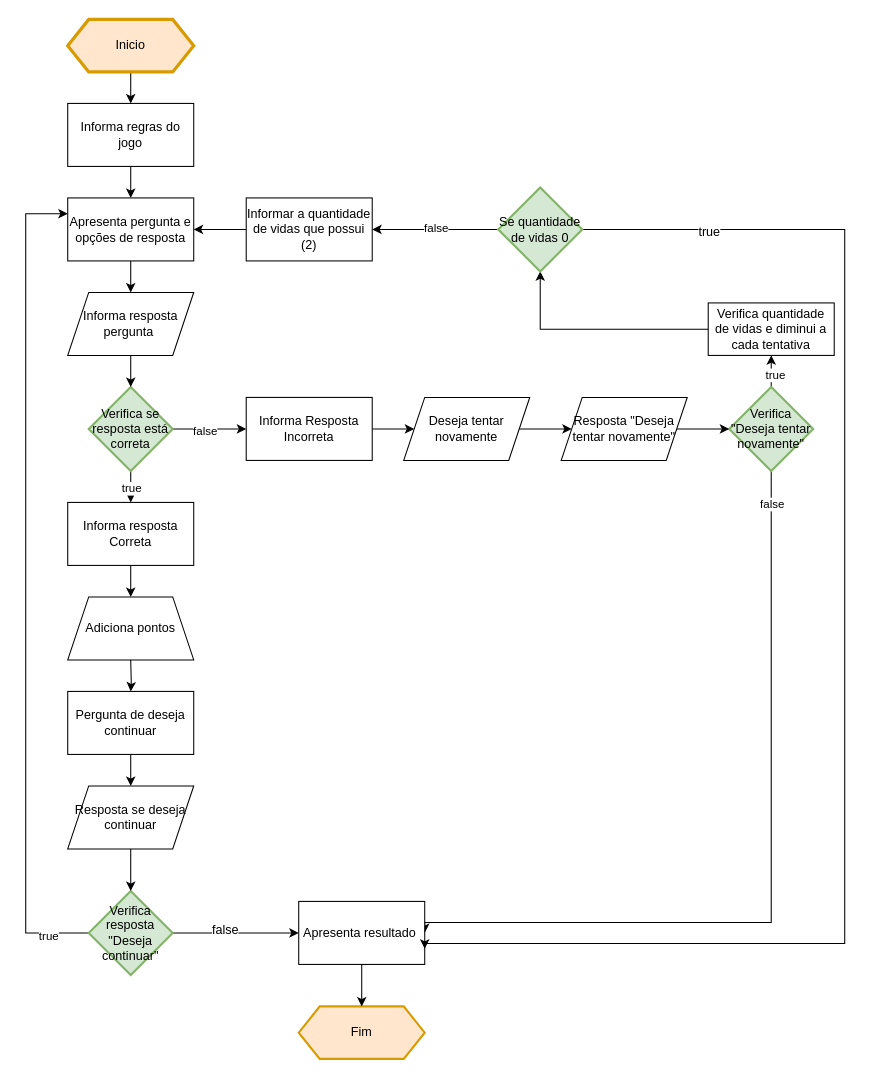
Earlier version of the draw.io diagram ABPJ2.drawio (danrley0595/ABPJ2-JOGO_LOGICO). Source tidied: cells renumbered, new cells numbered last; positions are measured from the earlier drawing's top-left corner, leaving out a move shared by most shapes. Both pictures are drawn from the tidied source at 105%, with x=0, y=0 at pixel (25, 19).
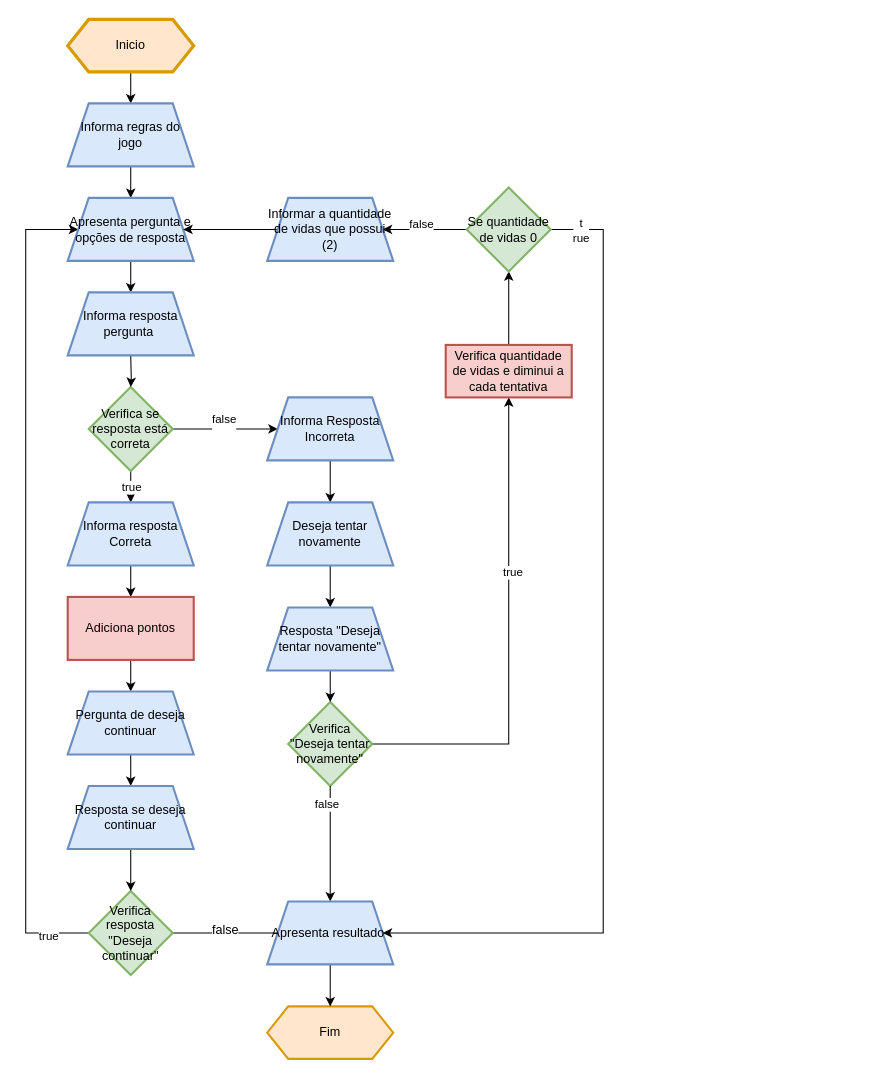
The same diagram, later.

The change refers to these unchanged cells:
```xml
<mxCell id="3" value="Inicio" style="shape=hexagon;perimeter=hexagonPerimeter2;whiteSpace=wrap;html=1;fixedSize=1;fillColor=#ffe6cc;strokeColor=#d79b00;strokeWidth=3;" parent="1" vertex="1">
  <mxGeometry x="40" width="120" height="50" as="geometry" />
</mxCell>
<mxCell id="6" style="edgeStyle=orthogonalEdgeStyle;rounded=0;jettySize=auto;html=1;" parent="1" edge="1" source="8" target="12">
  <mxGeometry relative="1" as="geometry" />
</mxCell>
<mxCell id="8" value="Verifica se resposta está correta" style="rhombus;whiteSpace=wrap;html=1;strokeWidth=2;fillColor=#d5e8d4;strokeColor=#82b366;" parent="1" vertex="1">
  <mxGeometry x="60" y="350" width="80" height="80" as="geometry" />
</mxCell>
<mxCell id="38" value="Verifica resposta &quot;Deseja continuar&quot;" style="rhombus;whiteSpace=wrap;html=1;fillColor=#d5e8d4;strokeColor=#82b366;strokeWidth=2;" parent="1" vertex="1">
  <mxGeometry x="60" y="830" width="80" height="80" as="geometry" />
</mxCell>
```

What changed in the source:
```diff
@@
-    <mxCell id="2" style="edgeStyle=orthogonalEdgeStyle;rounded=0;jettySize=auto;html=1;" parent="1" edge="1" source="3" target="22">
-      <mxGeometry relative="1" as="geometry" />
+    <mxCell id="2" style="edgeStyle=orthogonalEdgeStyle;rounded=0;jettySize=auto;html=1;" parent="1" edge="1" source="3">
+      <mxGeometry relative="1" as="geometry">
+        <mxPoint x="100" y="80" as="targetPoint" />
+      </mxGeometry>
     </mxCell>
@@
-    <mxCell id="4" style="edgeStyle=orthogonalEdgeStyle;rounded=0;jettySize=auto;html=1;" parent="1" edge="1" source="8" target="10">
-      <mxGeometry relative="1" as="geometry" />
+    <mxCell id="4" style="edgeStyle=orthogonalEdgeStyle;rounded=0;jettySize=auto;html=1;" parent="1" edge="1" source="8">
+      <mxGeometry relative="1" as="geometry">
+        <mxPoint x="100" y="460" as="targetPoint" />
+      </mxGeometry>
     </mxCell>
@@
-    <mxCell id="7" value="false" style="edgeLabel;html=1;align=center;verticalAlign=middle;" parent="6" vertex="1">
-      <mxGeometry x="-0.13" y="-1" relative="1" as="geometry" />
-    </mxCell>
+    <mxCell id="51" value="false&lt;div&gt;&lt;br&gt;&lt;/div&gt;" style="edgeLabel;html=1;align=center;verticalAlign=middle;" parent="6" vertex="1">
+      <mxGeometry x="-0.05" y="3" relative="1" as="geometry" />
+    </mxCell>
@@
-    <mxCell id="9" style="edgeStyle=orthogonalEdgeStyle;rounded=0;jettySize=auto;html=1;" parent="1" edge="1" source="10">
+    <mxCell id="9" style="edgeStyle=orthogonalEdgeStyle;rounded=0;orthogonalLoop=1;jettySize=auto;html=1;" parent="1" edge="1">
       <mxGeometry relative="1" as="geometry">
+        <mxPoint x="100" y="520" as="sourcePoint" />
         <mxPoint x="100" y="550" as="targetPoint" />
       </mxGeometry>
     </mxCell>
-    <mxCell id="10" value="Informa resposta Correta" style="rounded=0;whiteSpace=wrap;html=1;" parent="1" vertex="1">
-      <mxGeometry x="40" y="460" width="120" height="60" as="geometry" />
-    </mxCell>
-    <mxCell id="11" style="edgeStyle=orthogonalEdgeStyle;rounded=0;jettySize=auto;html=1;" parent="1" edge="1" source="12" target="47">
-      <mxGeometry relative="1" as="geometry" />
-    </mxCell>
-    <mxCell id="12" value="Informa Resposta Incorreta" style="whiteSpace=wrap;html=1;" parent="1" vertex="1">
-      <mxGeometry x="210" y="360" width="120" height="60" as="geometry" />
-    </mxCell>
     <mxCell id="13" style="edgeStyle=orthogonalEdgeStyle;rounded=0;jettySize=auto;html=1;" parent="1" edge="1" source="17" target="28">
-      <mxGeometry relative="1" as="geometry" />
+      <mxGeometry relative="1" as="geometry">
+        <Array as="points">
+          <mxPoint x="460" y="690" />
+        </Array>
+      </mxGeometry>
     </mxCell>
@@
-    <mxCell id="15" style="edgeStyle=orthogonalEdgeStyle;rounded=0;jettySize=auto;html=1;entryX=1;entryY=0.5;entryDx=0;entryDy=0;" parent="1" edge="1" source="17" target="31">
-      <mxGeometry relative="1" as="geometry">
-        <Array as="points">
-          <mxPoint x="710" y="860" />
-          <mxPoint x="380" y="860" />
-        </Array>
-      </mxGeometry>
-    </mxCell>
-    <mxCell id="16" value="false" style="edgeLabel;html=1;align=center;verticalAlign=middle;" parent="15" vertex="1">
-      <mxGeometry x="-0.92" relative="1" as="geometry" />
-    </mxCell>
     <mxCell id="17" value="Verifica &quot;Deseja tentar novamente&quot;" style="rhombus;whiteSpace=wrap;html=1;fillColor=#d5e8d4;strokeColor=#82b366;strokeWidth=2;" parent="1" vertex="1">
-      <mxGeometry x="670" y="350" width="80" height="80" as="geometry" />
+      <mxGeometry x="250" y="650" width="80" height="80" as="geometry" />
     </mxCell>
     <mxCell id="18" value="Fim" style="shape=hexagon;perimeter=hexagonPerimeter2;whiteSpace=wrap;html=1;fixedSize=1;fillColor=#ffe6cc;strokeColor=#d79b00;strokeWidth=2;" parent="1" vertex="1">
-      <mxGeometry x="260" y="940" width="120" height="50" as="geometry" />
+      <mxGeometry x="230" y="940" width="120" height="50" as="geometry" />
     </mxCell>
-    <mxCell id="19" style="edgeStyle=orthogonalEdgeStyle;rounded=0;jettySize=auto;html=1;" parent="1" edge="1" source="20" target="8">
-      <mxGeometry relative="1" as="geometry" />
+    <mxCell id="19" style="edgeStyle=orthogonalEdgeStyle;rounded=0;jettySize=auto;html=1;" parent="1" edge="1" target="8">
+      <mxGeometry relative="1" as="geometry">
+        <mxPoint x="100" y="320" as="sourcePoint" />
+      </mxGeometry>
     </mxCell>
-    <mxCell id="20" value="Informa resposta pergunta&amp;nbsp;" style="shape=parallelogram;perimeter=parallelogramPerimeter;whiteSpace=wrap;html=1;fixedSize=1;" parent="1" vertex="1">
-      <mxGeometry x="40" y="260" width="120" height="60" as="geometry" />
-    </mxCell>
-    <mxCell id="21" style="edgeStyle=orthogonalEdgeStyle;rounded=0;jettySize=auto;html=1;" parent="1" edge="1" source="22" target="24">
-      <mxGeometry relative="1" as="geometry" />
+    <mxCell id="21" style="edgeStyle=orthogonalEdgeStyle;rounded=0;orthogonalLoop=1;jettySize=auto;html=1;" parent="1" edge="1">
+      <mxGeometry relative="1" as="geometry">
+        <mxPoint x="100" y="140" as="sourcePoint" />
+        <mxPoint x="100" y="170" as="targetPoint" />
+      </mxGeometry>
     </mxCell>
-    <mxCell id="22" value="Informa regras do jogo" style="rounded=0;whiteSpace=wrap;html=1;" parent="1" vertex="1">
-      <mxGeometry x="40" y="80" width="120" height="60" as="geometry" />
-    </mxCell>
-    <mxCell id="23" style="edgeStyle=orthogonalEdgeStyle;rounded=0;jettySize=auto;html=1;" parent="1" edge="1" source="24" target="20">
-      <mxGeometry relative="1" as="geometry" />
+    <mxCell id="23" style="edgeStyle=orthogonalEdgeStyle;rounded=0;orthogonalLoop=1;jettySize=auto;html=1;" parent="1" edge="1">
+      <mxGeometry relative="1" as="geometry">
+        <mxPoint x="100" y="230" as="sourcePoint" />
+        <mxPoint x="100" y="260" as="targetPoint" />
+      </mxGeometry>
     </mxCell>
-    <mxCell id="24" value="Apresenta pergunta e opções de resposta" style="rounded=0;whiteSpace=wrap;html=1;" parent="1" vertex="1">
-      <mxGeometry x="40" y="170" width="120" height="60" as="geometry" />
-    </mxCell>
-    <mxCell id="25" style="edgeStyle=orthogonalEdgeStyle;rounded=0;jettySize=auto;html=1;entryX=1;entryY=0.5;entryDx=0;entryDy=0;" parent="1" edge="1" source="26" target="24">
-      <mxGeometry relative="1" as="geometry" />
-    </mxCell>
-    <mxCell id="26" value="Informar a quantidade de vidas que possui (2)" style="rounded=0;whiteSpace=wrap;html=1;" parent="1" vertex="1">
-      <mxGeometry x="210" y="170" width="120" height="60" as="geometry" />
-    </mxCell>
@@
-    <mxCell id="28" value="Verifica quantidade de vidas e diminui a cada tentativa" style="rounded=0;whiteSpace=wrap;html=1;" parent="1" vertex="1">
-      <mxGeometry x="650" y="270" width="120" height="50" as="geometry" />
+    <mxCell id="28" value="Verifica quantidade de vidas e diminui a cada tentativa" style="rounded=0;whiteSpace=wrap;html=1;fillColor=#f8cecc;strokeColor=#b85450;strokeWidth=2;" parent="1" vertex="1">
+      <mxGeometry x="400" y="310" width="120" height="50" as="geometry" />
     </mxCell>
-    <mxCell id="29" style="edgeStyle=orthogonalEdgeStyle;rounded=0;jettySize=auto;html=1;" parent="1" edge="1" target="33">
+    <mxCell id="29" style="edgeStyle=orthogonalEdgeStyle;rounded=0;orthogonalLoop=1;jettySize=auto;html=1;" parent="1" edge="1">
       <mxGeometry relative="1" as="geometry">
         <mxPoint x="100" y="610" as="sourcePoint" />
+        <mxPoint x="100" y="640" as="targetPoint" />
       </mxGeometry>
     </mxCell>
-    <mxCell id="30" style="edgeStyle=orthogonalEdgeStyle;rounded=0;jettySize=auto;html=1;" parent="1" edge="1" source="31" target="18">
-      <mxGeometry relative="1" as="geometry" />
-    </mxCell>
-    <mxCell id="31" value="Apresenta resultado&amp;nbsp;" style="rounded=0;whiteSpace=wrap;html=1;" parent="1" vertex="1">
-      <mxGeometry x="260" y="840" width="120" height="60" as="geometry" />
-    </mxCell>
-    <mxCell id="32" style="edgeStyle=orthogonalEdgeStyle;rounded=0;jettySize=auto;html=1;" parent="1" edge="1" source="33" target="45">
-      <mxGeometry relative="1" as="geometry" />
+    <mxCell id="32" style="edgeStyle=orthogonalEdgeStyle;rounded=0;orthogonalLoop=1;jettySize=auto;html=1;" parent="1" edge="1">
+      <mxGeometry relative="1" as="geometry">
+        <mxPoint x="100" y="700" as="sourcePoint" />
+        <mxPoint x="100" y="730" as="targetPoint" />
+      </mxGeometry>
     </mxCell>
-    <mxCell id="33" value="Pergunta de deseja continuar" style="rounded=0;whiteSpace=wrap;html=1;" parent="1" vertex="1">
-      <mxGeometry x="40" y="640" width="120" height="60" as="geometry" />
-    </mxCell>
-    <mxCell id="34" style="edgeStyle=orthogonalEdgeStyle;rounded=0;jettySize=auto;html=1;entryX=0;entryY=0.25;entryDx=0;entryDy=0;" parent="1" edge="1" source="38" target="24">
+    <mxCell id="34" style="edgeStyle=orthogonalEdgeStyle;rounded=0;jettySize=auto;html=1;" parent="1" edge="1" source="38" target="24">
       <mxGeometry relative="1" as="geometry">
         <Array as="points">
-          <mxPoint y="185" />
+          <mxPoint y="870" />
+          <mxPoint y="200" />
         </Array>
       </mxGeometry>
     </mxCell>
@@
-    <mxCell id="36" style="edgeStyle=orthogonalEdgeStyle;rounded=0;jettySize=auto;html=1;entryX=0;entryY=0.5;entryDx=0;entryDy=0;fontFamily=Helvetica;fontSize=12;fontColor=default;" parent="1" edge="1" source="38" target="31">
-      <mxGeometry relative="1" as="geometry" />
+    <mxCell id="36" style="edgeStyle=orthogonalEdgeStyle;rounded=0;jettySize=auto;html=1;entryX=0;entryY=0.5;entryDx=0;entryDy=0;fontFamily=Helvetica;fontSize=12;fontColor=default;" parent="1" edge="1" source="38">
+      <mxGeometry relative="1" as="geometry">
+        <mxPoint x="260" y="870" as="targetPoint" />
+      </mxGeometry>
     </mxCell>
@@
+    <mxCell id="41" style="edgeStyle=orthogonalEdgeStyle;rounded=0;jettySize=auto;html=1;entryX=1;entryY=0.5;entryDx=0;entryDy=0;" parent="1" edge="1" source="43" target="31">
+      <mxGeometry relative="1" as="geometry">
+        <Array as="points">
+          <mxPoint x="550" y="200" />
+          <mxPoint x="550" y="870" />
+        </Array>
+      </mxGeometry>
+    </mxCell>
+    <mxCell id="52" value="t&lt;div&gt;rue&lt;/div&gt;" style="edgeLabel;html=1;align=center;verticalAlign=middle;" parent="41" vertex="1">
+      <mxGeometry x="-0.94" relative="1" as="geometry" />
+    </mxCell>
-    <mxCell id="39" style="edgeStyle=orthogonalEdgeStyle;rounded=0;jettySize=auto;html=1;entryX=1;entryY=0.5;entryDx=0;entryDy=0;" parent="1" edge="1" source="43" target="26">
+    <mxCell id="39" style="edgeStyle=orthogonalEdgeStyle;rounded=0;jettySize=auto;html=1;" parent="1" edge="1" source="43" target="26">
       <mxGeometry relative="1" as="geometry" />
     </mxCell>
-    <mxCell id="40" value="false" style="edgeLabel;html=1;align=center;verticalAlign=middle;" parent="39" vertex="1">
-      <mxGeometry y="-2" relative="1" as="geometry" />
-    </mxCell>
-    <mxCell id="41" style="edgeStyle=orthogonalEdgeStyle;rounded=0;jettySize=auto;html=1;entryX=1;entryY=0.75;entryDx=0;entryDy=0;" parent="1" edge="1" source="43" target="31">
-      <mxGeometry relative="1" as="geometry">
-        <Array as="points">
-          <mxPoint x="780" y="200" />
-          <mxPoint x="780" y="880" />
-          <mxPoint x="380" y="880" />
-        </Array>
-      </mxGeometry>
-    </mxCell>
-    <mxCell id="42" value="true" style="edgeLabel;html=1;align=center;verticalAlign=middle;rounded=0;strokeColor=default;fontFamily=Helvetica;fontSize=12;fontColor=default;fillColor=default;" parent="41" vertex="1">
-      <mxGeometry x="-0.82" y="-2" relative="1" as="geometry" />
-    </mxCell>
+    <mxCell id="53" value="false&lt;div&gt;&lt;br&gt;&lt;/div&gt;" style="edgeLabel;html=1;align=center;verticalAlign=middle;" parent="39" vertex="1">
+      <mxGeometry x="0.09" y="1" relative="1" as="geometry" />
+    </mxCell>
     <mxCell id="43" value="Se quantidade de vidas 0" style="rhombus;whiteSpace=wrap;html=1;fillColor=#d5e8d4;strokeColor=#82b366;strokeWidth=2;" parent="1" vertex="1">
-      <mxGeometry x="450" y="160" width="80" height="80" as="geometry" />
+      <mxGeometry x="420" y="160" width="80" height="80" as="geometry" />
     </mxCell>
-    <mxCell id="44" style="edgeStyle=orthogonalEdgeStyle;rounded=0;jettySize=auto;html=1;" parent="1" edge="1" source="45" target="38">
+    <mxCell id="44" style="edgeStyle=orthogonalEdgeStyle;rounded=0;jettySize=auto;html=1;" parent="1" edge="1" target="38">
       <mxGeometry relative="1" as="geometry">
+        <mxPoint x="100" y="790" as="sourcePoint" />
         <Array as="points">
           <mxPoint x="100" y="910" />
         </Array>
       </mxGeometry>
     </mxCell>
+    <mxCell id="15" style="edgeStyle=orthogonalEdgeStyle;rounded=0;jettySize=auto;html=1;entryX=0.5;entryY=0;entryDx=0;entryDy=0;" parent="1" edge="1" source="17" target="31">
+      <mxGeometry relative="1" as="geometry" />
+    </mxCell>
+    <mxCell id="54" value="false" style="edgeLabel;html=1;align=center;verticalAlign=middle;" parent="15" vertex="1">
+      <mxGeometry x="-0.7" y="-4" relative="1" as="geometry" />
+    </mxCell>
+    <mxCell id="50" value="Adiciona pontos" style="rounded=0;whiteSpace=wrap;html=1;strokeWidth=2;fillColor=#f8cecc;strokeColor=#b85450;" parent="1" vertex="1">
+      <mxGeometry x="40" y="550" width="120" height="60" as="geometry" />
+    </mxCell>
+    <mxCell id="33" value="Pergunta de deseja continuar" style="shape=trapezoid;perimeter=trapezoidPerimeter;whiteSpace=wrap;html=1;fixedSize=1;fillColor=#dae8fc;strokeColor=#6c8ebf;strokeWidth=2;" parent="1" vertex="1">
+      <mxGeometry x="40" y="640" width="120" height="60" as="geometry" />
+    </mxCell>
-    <mxCell id="45" value="Resposta se deseja continuar" style="shape=parallelogram;perimeter=parallelogramPerimeter;whiteSpace=wrap;html=1;fixedSize=1;" parent="1" vertex="1">
+    <mxCell id="45" value="Resposta se deseja continuar" style="shape=trapezoid;perimeter=trapezoidPerimeter;whiteSpace=wrap;html=1;fixedSize=1;strokeWidth=2;fillColor=#dae8fc;strokeColor=#6c8ebf;" parent="1" vertex="1">
       <mxGeometry x="40" y="730" width="120" height="60" as="geometry" />
     </mxCell>
+    <mxCell id="10" value="Informa resposta Correta" style="shape=trapezoid;perimeter=trapezoidPerimeter;whiteSpace=wrap;html=1;fixedSize=1;fillColor=#dae8fc;strokeColor=#6c8ebf;strokeWidth=2;" parent="1" vertex="1">
+      <mxGeometry x="40" y="460" width="120" height="60" as="geometry" />
+    </mxCell>
+    <mxCell id="30" style="edgeStyle=orthogonalEdgeStyle;rounded=0;jettySize=auto;html=1;" parent="1" edge="1" source="31" target="18">
+      <mxGeometry relative="1" as="geometry" />
+    </mxCell>
+    <mxCell id="31" value="Apresenta resultado&amp;nbsp;" style="shape=trapezoid;perimeter=trapezoidPerimeter;whiteSpace=wrap;html=1;fixedSize=1;fillColor=#dae8fc;strokeColor=#6c8ebf;strokeWidth=2;" parent="1" vertex="1">
+      <mxGeometry x="230" y="840" width="120" height="60" as="geometry" />
+    </mxCell>
+    <mxCell id="11" style="edgeStyle=orthogonalEdgeStyle;rounded=0;jettySize=auto;html=1;" parent="1" edge="1" source="12" target="47">
+      <mxGeometry relative="1" as="geometry" />
+    </mxCell>
+    <mxCell id="12" value="Informa Resposta Incorreta" style="shape=trapezoid;perimeter=trapezoidPerimeter;whiteSpace=wrap;html=1;fixedSize=1;fillColor=#dae8fc;strokeColor=#6c8ebf;strokeWidth=2;" parent="1" vertex="1">
+      <mxGeometry x="230" y="360" width="120" height="60" as="geometry" />
+    </mxCell>
@@
-    <mxCell id="47" value="Deseja tentar novamente" style="shape=parallelogram;perimeter=parallelogramPerimeter;whiteSpace=wrap;html=1;fixedSize=1;" parent="1" vertex="1">
-      <mxGeometry x="360" y="360" width="120" height="60" as="geometry" />
+    <mxCell id="47" value="Deseja tentar novamente" style="shape=trapezoid;perimeter=trapezoidPerimeter;whiteSpace=wrap;html=1;fixedSize=1;fillColor=#dae8fc;strokeColor=#6c8ebf;strokeWidth=2;" parent="1" vertex="1">
+      <mxGeometry x="230" y="460" width="120" height="60" as="geometry" />
     </mxCell>
@@
-    <mxCell id="49" value="Resposta &quot;Deseja tentar novamente&quot;" style="shape=parallelogram;perimeter=parallelogramPerimeter;whiteSpace=wrap;html=1;fixedSize=1;" parent="1" vertex="1">
-      <mxGeometry x="510" y="360" width="120" height="60" as="geometry" />
+    <mxCell id="49" value="Resposta &quot;Deseja tentar novamente&quot;" style="shape=trapezoid;perimeter=trapezoidPerimeter;whiteSpace=wrap;html=1;fixedSize=1;strokeWidth=2;fillColor=#dae8fc;strokeColor=#6c8ebf;" parent="1" vertex="1">
+      <mxGeometry x="230" y="560" width="120" height="60" as="geometry" />
     </mxCell>
-    <mxCell id="50" value="Adiciona pontos" style="shape=trapezoid;perimeter=trapezoidPerimeter;whiteSpace=wrap;html=1;fixedSize=1;rounded=0;strokeColor=default;align=center;verticalAlign=middle;fontFamily=Helvetica;fontSize=12;fontColor=default;fillColor=default;" parent="1" vertex="1">
-      <mxGeometry x="40" y="550" width="120" height="60" as="geometry" />
-    </mxCell>
+    <mxCell id="22" value="Informa regras do jogo" style="shape=trapezoid;perimeter=trapezoidPerimeter;whiteSpace=wrap;html=1;fixedSize=1;fillColor=#dae8fc;strokeColor=#6c8ebf;strokeWidth=2;" parent="1" vertex="1">
+      <mxGeometry x="40" y="80" width="120" height="60" as="geometry" />
+    </mxCell>
+    <mxCell id="24" value="Apresenta pergunta e opções de resposta" style="shape=trapezoid;perimeter=trapezoidPerimeter;whiteSpace=wrap;html=1;fixedSize=1;fillColor=#dae8fc;strokeColor=#6c8ebf;strokeWidth=2;" parent="1" vertex="1">
+      <mxGeometry x="40" y="170" width="120" height="60" as="geometry" />
+    </mxCell>
+    <mxCell id="25" style="edgeStyle=orthogonalEdgeStyle;rounded=0;jettySize=auto;html=1;" parent="1" edge="1" source="26" target="24">
+      <mxGeometry relative="1" as="geometry" />
+    </mxCell>
+    <mxCell id="26" value="Informar a quantidade de vidas que possui (2)" style="shape=trapezoid;perimeter=trapezoidPerimeter;whiteSpace=wrap;html=1;fixedSize=1;fillColor=#dae8fc;strokeColor=#6c8ebf;strokeWidth=2;" parent="1" vertex="1">
+      <mxGeometry x="230" y="170" width="120" height="60" as="geometry" />
+    </mxCell>
+    <mxCell id="20" value="Informa resposta pergunta&amp;nbsp;" style="shape=trapezoid;perimeter=trapezoidPerimeter;whiteSpace=wrap;html=1;fixedSize=1;fillColor=#dae8fc;strokeColor=#6c8ebf;strokeWidth=2;" parent="1" vertex="1">
+      <mxGeometry x="40" y="260" width="120" height="60" as="geometry" />
+    </mxCell>
```
